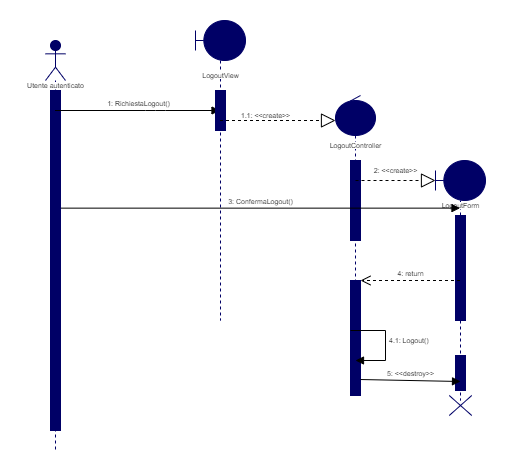
Above: Documenti/RAD/Sequence Diagram/Logout/Logout SD.png in Givaa/MedQueue (draw.io), before the change. Source tidied: cells renumbered, new cells last; positions are measured from the earlier drawing's top-left corner, leaving out a move shared by most shapes.
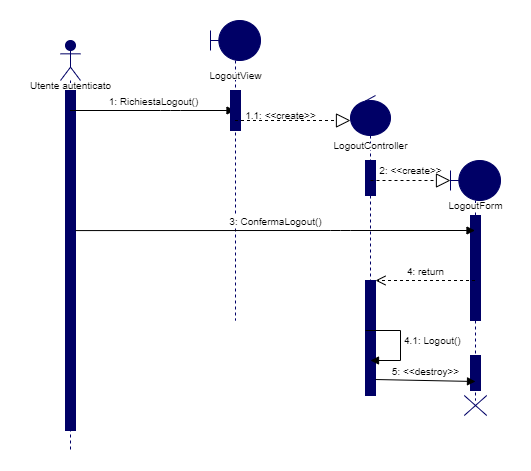
Later version of the same file.

Change to the diagram source:
```diff
@@ -2,79 +2,80 @@
   <root>
     <mxCell id="0" />
     <mxCell id="1" parent="0" />
-    <mxCell id="2" style="shape=umlLifeline;participant=umlActor;perimeter=lifelinePerimeter;whiteSpace=wrap;html=1;verticalAlign=top;spacingTop=36;outlineConnect=0;strokeColor=#000066;fillColor=#000066;" parent="1" vertex="1">
+    <mxCell id="2" style="shape=umlLifeline;participant=umlActor;perimeter=lifelinePerimeter;whiteSpace=wrap;html=1;verticalAlign=top;spacingTop=36;outlineConnect=0;strokeColor=#000066;fillColor=#000066;strokeWidth=1;" parent="1" vertex="1">
       <mxGeometry x="25" y="20" width="20" height="410" as="geometry" />
     </mxCell>
-    <mxCell id="3" style="html=1;points=[];perimeter=orthogonalPerimeter;strokeColor=#000066;fillColor=#000066;" parent="2" vertex="1">
+    <mxCell id="3" style="html=1;points=[];perimeter=orthogonalPerimeter;strokeColor=#000066;fillColor=#000066;strokeWidth=1;" parent="2" vertex="1">
       <mxGeometry x="5" y="50" width="10" height="340" as="geometry" />
     </mxCell>
-    <mxCell id="4" value="&lt;span style=&quot;background-color: rgb(255 , 255 , 255)&quot;&gt;Utente autenticato&lt;/span&gt;" style="text;html=1;align=center;verticalAlign=middle;fontSize=7;" parent="1" vertex="1">
-      <mxGeometry y="60" width="70" height="10" as="geometry" />
+    <mxCell id="4" value="&lt;span style=&quot;background-color: rgb(255 , 255 , 255)&quot;&gt;&lt;font style=&quot;font-size: 10px&quot;&gt;Utente autenticato&lt;/font&gt;&lt;/span&gt;" style="text;html=1;align=center;verticalAlign=middle;fontSize=7;strokeWidth=1;" parent="1" vertex="1">
+      <mxGeometry x="-15" y="60" width="100" height="10" as="geometry" />
     </mxCell>
-    <mxCell id="5" value="1: RichiestaLogout()" style="html=1;verticalAlign=bottom;endArrow=block;fontSize=7;" parent="1" edge="1" source="2" target="6">
+    <mxCell id="5" value="&lt;font style=&quot;font-size: 10px&quot;&gt;1: RichiestaLogout()&lt;/font&gt;" style="html=1;verticalAlign=bottom;endArrow=block;fontSize=7;strokeWidth=1;" parent="1" edge="1" source="2" target="6">
       <mxGeometry relative="1" as="geometry">
         <Array as="points">
           <mxPoint x="135" y="90" />
         </Array>
       </mxGeometry>
     </mxCell>
-    <mxCell id="6" style="shape=umlLifeline;participant=umlBoundary;perimeter=lifelinePerimeter;whiteSpace=wrap;html=1;verticalAlign=top;spacingTop=36;outlineConnect=0;strokeColor=#000066;fillColor=#000066;fontSize=7;" parent="1" vertex="1">
+    <mxCell id="6" style="shape=umlLifeline;participant=umlBoundary;perimeter=lifelinePerimeter;whiteSpace=wrap;html=1;verticalAlign=top;spacingTop=36;outlineConnect=0;strokeColor=#000066;fillColor=#000066;fontSize=7;strokeWidth=1;" parent="1" vertex="1">
       <mxGeometry x="175" width="50" height="300" as="geometry" />
     </mxCell>
-    <mxCell id="7" value="&lt;span style=&quot;background-color: rgb(255 , 255 , 255)&quot;&gt;LogoutView&lt;/span&gt;" style="text;html=1;align=center;verticalAlign=middle;fontSize=7;" parent="6" vertex="1">
-      <mxGeometry y="50" width="50" height="10" as="geometry" />
-    </mxCell>
-    <mxCell id="8" style="html=1;perimeter=orthogonalPerimeter;strokeColor=#000066;fillColor=#000066;fontSize=7;" parent="6" vertex="1">
+    <mxCell id="8" style="html=1;perimeter=orthogonalPerimeter;strokeColor=#000066;fillColor=#000066;fontSize=7;strokeWidth=1;" parent="6" vertex="1">
       <mxGeometry x="20" y="70" width="10" height="40" as="geometry" />
     </mxCell>
-    <mxCell id="9" style="endArrow=block;dashed=1;endFill=0;endSize=12;html=1;fontSize=7;" parent="1" edge="1" source="6">
+    <mxCell id="9" style="endArrow=block;dashed=1;endFill=0;endSize=12;html=1;fontSize=7;strokeWidth=1;" parent="1" edge="1" source="6">
       <mxGeometry relative="1" as="geometry">
         <mxPoint x="315" y="100" as="targetPoint" />
       </mxGeometry>
     </mxCell>
-    <mxCell id="10" value="1.1: &amp;lt;&amp;lt;create&amp;gt;&amp;gt;" style="text;html=1;align=center;verticalAlign=middle;fontSize=7;" parent="1" vertex="1">
-      <mxGeometry x="215" y="90" width="60" height="10" as="geometry" />
+    <mxCell id="10" value="&lt;font style=&quot;font-size: 10px&quot;&gt;1.1: &amp;lt;&amp;lt;create&amp;gt;&amp;gt;&lt;/font&gt;" style="text;html=1;align=center;verticalAlign=middle;fontSize=7;strokeWidth=1;" parent="1" vertex="1">
+      <mxGeometry x="200" y="90" width="90" height="10" as="geometry" />
     </mxCell>
-    <mxCell id="11" style="shape=umlLifeline;participant=umlControl;perimeter=lifelinePerimeter;whiteSpace=wrap;html=1;verticalAlign=top;spacingTop=36;strokeColor=#000066;fillColor=#000066;fontSize=7;" parent="1" vertex="1">
+    <mxCell id="11" style="shape=umlLifeline;participant=umlControl;perimeter=lifelinePerimeter;whiteSpace=wrap;html=1;verticalAlign=top;spacingTop=36;strokeColor=#000066;fillColor=#000066;fontSize=7;strokeWidth=1;" parent="1" vertex="1">
       <mxGeometry x="315" y="75" width="40" height="300" as="geometry" />
     </mxCell>
-    <mxCell id="12" style="html=1;perimeter=orthogonalPerimeter;strokeColor=#000066;fillColor=#000066;fontSize=7;" parent="11" vertex="1">
-      <mxGeometry x="15" y="65" width="10" height="80" as="geometry" />
+    <mxCell id="12" style="html=1;perimeter=orthogonalPerimeter;strokeColor=#000066;fillColor=#000066;fontSize=7;strokeWidth=1;" parent="11" vertex="1">
+      <mxGeometry x="15" y="65" width="10" height="35" as="geometry" />
     </mxCell>
-    <mxCell id="13" style="html=1;points=[];perimeter=orthogonalPerimeter;strokeColor=#000066;fillColor=#000066;fontSize=7;" parent="11" vertex="1">
+    <mxCell id="13" style="html=1;points=[];perimeter=orthogonalPerimeter;strokeColor=#000066;fillColor=#000066;fontSize=7;strokeWidth=1;" parent="11" vertex="1">
       <mxGeometry x="15" y="185" width="10" height="115" as="geometry" />
     </mxCell>
-    <mxCell id="14" value="&lt;span style=&quot;background-color: rgb(255 , 255 , 255)&quot;&gt;LogoutController&lt;/span&gt;" style="text;html=1;align=center;verticalAlign=middle;fontSize=7;" parent="1" vertex="1">
-      <mxGeometry x="300" y="120" width="70" height="10" as="geometry" />
+    <mxCell id="14" value="&lt;span style=&quot;background-color: rgb(255 , 255 , 255)&quot;&gt;&lt;font style=&quot;font-size: 10px&quot;&gt;LogoutController&lt;/font&gt;&lt;/span&gt;" style="text;html=1;align=center;verticalAlign=middle;fontSize=7;strokeWidth=1;" parent="1" vertex="1">
+      <mxGeometry x="290" y="120" width="90" height="10" as="geometry" />
     </mxCell>
-    <mxCell id="15" style="endArrow=block;dashed=1;endFill=0;endSize=12;html=1;fontSize=7;" parent="1" edge="1">
+    <mxCell id="15" style="endArrow=block;dashed=1;endFill=0;endSize=12;html=1;fontSize=7;strokeWidth=1;" parent="1" edge="1">
       <mxGeometry relative="1" as="geometry">
         <mxPoint x="335" y="160" as="sourcePoint" />
         <mxPoint x="415" y="160" as="targetPoint" />
       </mxGeometry>
     </mxCell>
-    <mxCell id="16" value="2: &amp;lt;&amp;lt;create&amp;gt;&amp;gt;" style="text;html=1;align=center;verticalAlign=middle;fontSize=7;" parent="1" vertex="1">
-      <mxGeometry x="345" y="145" width="60" height="10" as="geometry" />
+    <mxCell id="16" value="&lt;font style=&quot;font-size: 10px&quot;&gt;2: &amp;lt;&amp;lt;create&amp;gt;&amp;gt;&lt;/font&gt;" style="text;html=1;align=center;verticalAlign=middle;fontSize=7;strokeWidth=1;" parent="1" vertex="1">
+      <mxGeometry x="335" y="145" width="80" height="10" as="geometry" />
     </mxCell>
-    <mxCell id="17" style="shape=umlLifeline;participant=umlBoundary;perimeter=lifelinePerimeter;whiteSpace=wrap;html=1;verticalAlign=top;spacingTop=36;outlineConnect=0;strokeColor=#000066;fillColor=#000066;fontSize=7;" parent="1" vertex="1">
+    <mxCell id="17" style="shape=umlLifeline;participant=umlBoundary;perimeter=lifelinePerimeter;whiteSpace=wrap;html=1;verticalAlign=top;spacingTop=36;outlineConnect=0;strokeColor=#000066;fillColor=#000066;fontSize=7;strokeWidth=1;" parent="1" vertex="1">
       <mxGeometry x="415" y="140" width="50" height="240" as="geometry" />
     </mxCell>
-    <mxCell id="18" style="html=1;perimeter=orthogonalPerimeter;strokeColor=#000066;fillColor=#000066;fontSize=7;" parent="17" vertex="1">
+    <mxCell id="18" style="html=1;perimeter=orthogonalPerimeter;strokeColor=#000066;fillColor=#000066;fontSize=7;strokeWidth=1;" parent="17" vertex="1">
       <mxGeometry x="20" y="55" width="10" height="105" as="geometry" />
     </mxCell>
-    <mxCell id="19" style="html=1;perimeter=orthogonalPerimeter;strokeColor=#000066;fillColor=#000066;fontSize=7;" parent="17" vertex="1">
+    <mxCell id="19" style="html=1;perimeter=orthogonalPerimeter;strokeColor=#000066;fillColor=#000066;fontSize=7;strokeWidth=1;" parent="17" vertex="1">
       <mxGeometry x="20" y="195" width="10" height="35" as="geometry" />
     </mxCell>
-    <mxCell id="20" value="&lt;span style=&quot;background-color: rgb(255 , 255 , 255)&quot;&gt;LogoutForm&lt;/span&gt;" style="text;html=1;align=center;verticalAlign=middle;fontSize=7;" parent="1" vertex="1">
-      <mxGeometry x="415" y="180" width="50" height="10" as="geometry" />
+    <mxCell id="20" value="&lt;span style=&quot;background-color: rgb(255 , 255 , 255)&quot;&gt;&lt;font style=&quot;font-size: 10px&quot;&gt;LogoutForm&lt;/font&gt;&lt;/span&gt;" style="text;html=1;align=center;verticalAlign=middle;fontSize=7;strokeWidth=1;" parent="1" vertex="1">
+      <mxGeometry x="405" y="180" width="70" height="10" as="geometry" />
     </mxCell>
-    <mxCell id="21" value="3: ConfermaLogout()" style="html=1;verticalAlign=bottom;endArrow=block;fontSize=7;exitX=1.057;exitY=0.346;exitDx=0;exitDy=0;exitPerimeter=0;" parent="1" edge="1" source="3" target="17">
-      <mxGeometry relative="1" as="geometry" />
+    <mxCell id="21" value="&lt;font style=&quot;font-size: 10px&quot;&gt;3: ConfermaLogout()&lt;/font&gt;" style="html=1;verticalAlign=bottom;endArrow=block;fontSize=7;exitX=1;exitY=0.412;exitDx=0;exitDy=0;exitPerimeter=0;strokeWidth=1;" parent="1" edge="1" source="3" target="17">
+      <mxGeometry relative="1" as="geometry">
+        <Array as="points">
+          <mxPoint x="305" y="210" />
+        </Array>
+      </mxGeometry>
     </mxCell>
-    <mxCell id="22" value="4: return" style="html=1;verticalAlign=bottom;endArrow=open;dashed=1;endSize=8;fontSize=7;" parent="1" edge="1" source="17" target="13">
+    <mxCell id="22" value="&lt;font style=&quot;font-size: 10px&quot;&gt;4: return&lt;/font&gt;" style="html=1;verticalAlign=bottom;endArrow=open;dashed=1;endSize=8;fontSize=7;strokeWidth=1;" parent="1" edge="1" source="17" target="13">
       <mxGeometry relative="1" as="geometry" />
     </mxCell>
-    <mxCell id="23" value="4.1: Logout()" style="edgeStyle=orthogonalEdgeStyle;html=1;align=left;spacingLeft=2;endArrow=block;rounded=0;fontSize=7;" parent="1" edge="1">
+    <mxCell id="23" value="&lt;font style=&quot;font-size: 10px&quot;&gt;4.1: Logout()&lt;/font&gt;" style="edgeStyle=orthogonalEdgeStyle;html=1;align=left;spacingLeft=2;endArrow=block;rounded=0;fontSize=7;strokeWidth=1;" parent="1" edge="1">
       <mxGeometry x="-0.05" relative="1" as="geometry">
         <mxPoint x="330" y="310" as="sourcePoint" />
         <mxPoint x="335" y="340" as="targetPoint" />
@@ -85,13 +86,16 @@
         </Array>
       </mxGeometry>
     </mxCell>
-    <mxCell id="24" value="5: &amp;lt;&amp;lt;destroy&amp;gt;&amp;gt;" style="html=1;verticalAlign=bottom;endArrow=block;fontSize=7;exitX=1;exitY=0.861;exitDx=0;exitDy=0;exitPerimeter=0;" parent="1" edge="1" source="13">
+    <mxCell id="24" value="&lt;font style=&quot;font-size: 10px&quot;&gt;5: &amp;lt;&amp;lt;destroy&amp;gt;&amp;gt;&lt;/font&gt;" style="html=1;verticalAlign=bottom;endArrow=block;fontSize=7;exitX=1;exitY=0.861;exitDx=0;exitDy=0;exitPerimeter=0;strokeWidth=1;" parent="1" edge="1" source="13">
       <mxGeometry relative="1" as="geometry">
         <mxPoint x="440" y="361" as="targetPoint" />
       </mxGeometry>
     </mxCell>
-    <mxCell id="25" style="shape=umlDestroy;strokeColor=#000066;fillColor=#000066;fontSize=7;" parent="1" vertex="1">
+    <mxCell id="25" style="shape=umlDestroy;strokeColor=#000066;fillColor=#000066;fontSize=7;strokeWidth=1;" parent="1" vertex="1">
       <mxGeometry x="428.8" y="375" width="22.5" height="20" as="geometry" />
     </mxCell>
+    <mxCell id="7" value="&lt;span style=&quot;background-color: rgb(255 , 255 , 255)&quot;&gt;&lt;font style=&quot;font-size: 10px&quot;&gt;LogoutView&lt;/font&gt;&lt;/span&gt;" style="text;html=1;align=center;verticalAlign=middle;fontSize=7;strokeWidth=1;" parent="1" vertex="1">
+      <mxGeometry x="165" y="50" width="70" height="10" as="geometry" />
+    </mxCell>
   </root>
 </mxGraphModel>
```
